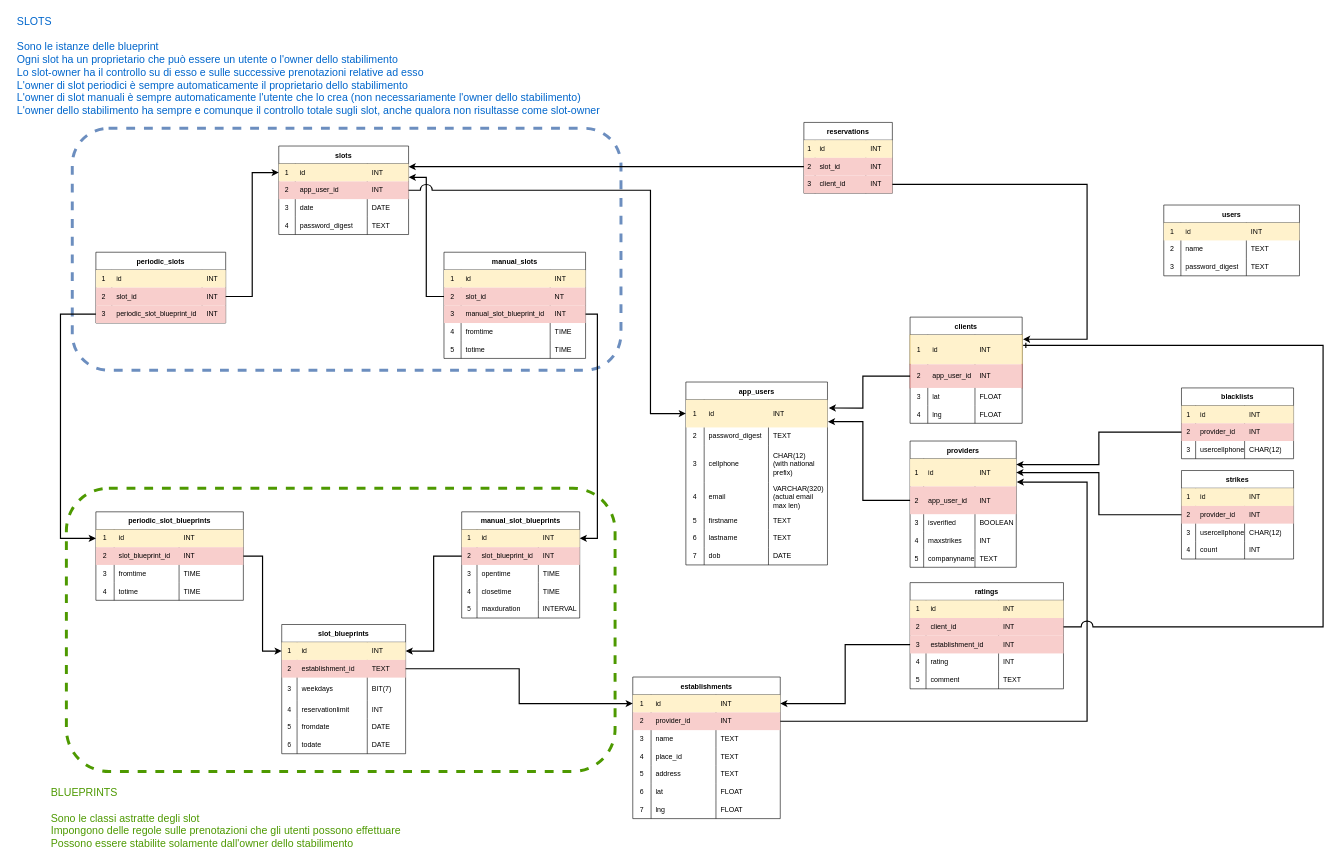
Above: Database/Docs/relazionale.drawio in Visco01/MyLocalBooking-IS2022 (draw.io), before the change. Source tidied: cells renumbered, new cells numbered last; positions are measured from the earlier drawing's top-left corner, leaving out a move shared by most shapes. Both pictures are drawn from the tidied source at 59%, with x=0, y=0 at pixel (10, 10).
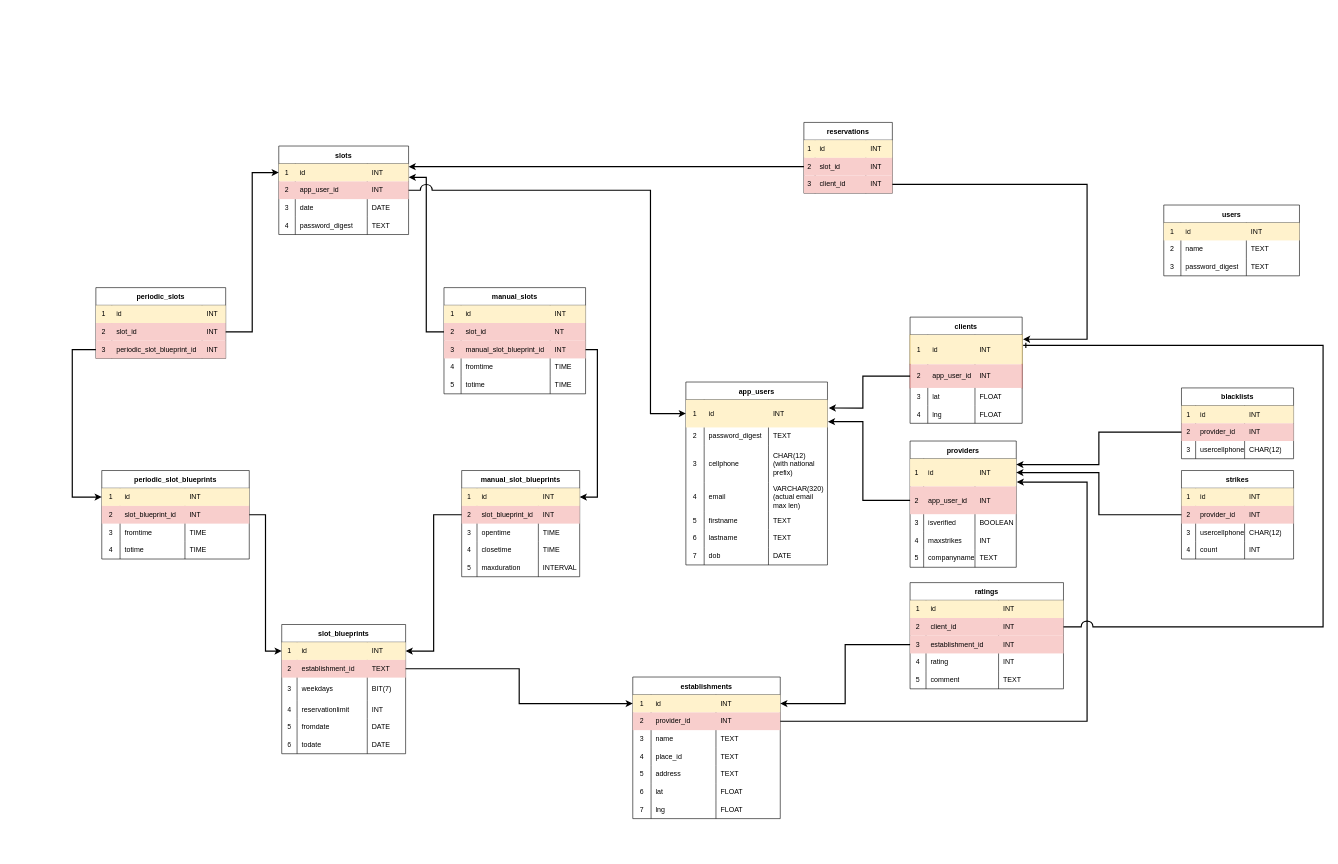
The same diagram, later.

Commit message (it also covers changes not shown here):
Removed comments from relational schema

Unchanged cells that the change refers to:
```xml
<mxCell id="13" style="shape=tableRow;horizontal=0;startSize=0;swimlaneHead=0;swimlaneBody=0;top=0;left=0;bottom=0;right=0;fillColor=#f8cecc;points=[[0,0.5],[1,0.5]];portConstraint=eastwest;strokeColor=#b85450;" parent="4" vertex="1">
  <mxGeometry y="90" width="220" height="30" as="geometry" />
</mxCell>
<mxCell id="26" style="shape=tableRow;horizontal=0;startSize=0;swimlaneHead=0;swimlaneBody=0;top=0;left=0;bottom=0;right=0;fillColor=#f8cecc;points=[[0,0.5],[1,0.5]];portConstraint=eastwest;strokeColor=#b85450;" parent="17" vertex="1">
  <mxGeometry y="90" width="240" height="30" as="geometry" />
</mxCell>
<mxCell id="166" style="shape=tableRow;horizontal=0;startSize=0;swimlaneHead=0;swimlaneBody=0;top=0;left=0;bottom=0;right=0;fillColor=#fff2cc;points=[[0,0.5],[1,0.5]];portConstraint=eastwest;strokeColor=#d6b656;" parent="165" vertex="1">
  <mxGeometry y="30" width="250" height="30" as="geometry" />
</mxCell>
<mxCell id="183" style="shape=tableRow;horizontal=0;startSize=0;swimlaneHead=0;swimlaneBody=0;top=0;left=0;bottom=0;right=0;fillColor=#fff2cc;points=[[0,0.5],[1,0.5]];portConstraint=eastwest;strokeColor=#d6b656;" parent="182" vertex="1">
  <mxGeometry y="30" width="200" height="30" as="geometry" />
</mxCell>
```

Diff of the diagram source:
```diff
@@
-    <mxCell id="2" style="rounded=1;whiteSpace=wrap;html=1;fillColor=none;strokeWidth=5;strokeColor=#6c8ebf;dashed=1;" parent="1" vertex="1">
-      <mxGeometry x="105" y="200" width="930" height="410" as="geometry" />
-    </mxCell>
-    <mxCell id="3" style="rounded=1;whiteSpace=wrap;html=1;fillColor=none;strokeWidth=5;strokeColor=#4D9900;dashed=1;" parent="1" vertex="1">
-      <mxGeometry x="95" y="810" width="930" height="480" as="geometry" />
-    </mxCell>
     <mxCell id="4" value="periodic_slots" style="shape=table;startSize=30;childLayout=tableLayout;rowLines=0;fontStyle=1;" parent="1" vertex="1">
-      <mxGeometry x="145" y="410" width="220" height="120" as="geometry" />
+      <mxGeometry x="145" y="470" width="220" height="120" as="geometry" />
     </mxCell>
@@
     <mxCell id="17" value="manual_slots" style="shape=table;startSize=30;childLayout=tableLayout;rowLines=0;fontStyle=1;" parent="1" vertex="1">
-      <mxGeometry x="735" y="410" width="240" height="180" as="geometry" />
+      <mxGeometry x="735" y="470" width="240" height="180" as="geometry" />
     </mxCell>
@@
     <mxCell id="165" value="periodic_slot_blueprints" style="shape=table;startSize=30;childLayout=tableLayout;rowLines=0;fontStyle=1;" parent="1" vertex="1">
-      <mxGeometry x="145" y="850" width="250" height="150" as="geometry" />
+      <mxGeometry x="155" y="780" width="250" height="150" as="geometry" />
     </mxCell>
@@
     <mxCell id="182" value="manual_slot_blueprints" style="shape=table;startSize=30;childLayout=tableLayout;rowLines=0;fontStyle=1;" parent="1" vertex="1">
-      <mxGeometry x="765" y="850" width="200" height="180" as="geometry" />
+      <mxGeometry x="765" y="780" width="200" height="180" as="geometry" />
     </mxCell>
@@
     <mxCell id="205" style="edgeStyle=orthogonalEdgeStyle;rounded=0;jettySize=auto;html=1;exitX=0;exitY=0.5;exitDx=0;exitDy=0;entryX=0;entryY=0.5;entryDx=0;entryDy=0;strokeWidth=2;" parent="1" edge="1" source="13" target="166">
       <mxGeometry relative="1" as="geometry">
         <Array as="points">
-          <mxPoint x="85" y="515" />
-          <mxPoint x="85" y="895" />
+          <mxPoint x="105" y="575" />
+          <mxPoint x="105" y="825" />
         </Array>
       </mxGeometry>
     </mxCell>
     <mxCell id="206" style="edgeStyle=orthogonalEdgeStyle;rounded=0;jettySize=auto;html=1;exitX=1;exitY=0.5;exitDx=0;exitDy=0;entryX=1;entryY=0.5;entryDx=0;entryDy=0;strokeWidth=2;" parent="1" edge="1" source="26" target="183">
       <mxGeometry relative="1" as="geometry">
         <Array as="points">
-          <mxPoint x="995" y="515" />
-          <mxPoint x="995" y="895" />
+          <mxPoint x="995" y="575" />
+          <mxPoint x="995" y="825" />
         </Array>
       </mxGeometry>
     </mxCell>
@@
-    <mxCell id="212" value="&lt;div style=&quot;text-align: left;&quot;&gt;&lt;span style=&quot;font-size: 18px; background-color: initial;&quot;&gt;&lt;font color=&quot;#4d9900&quot;&gt;BLUEPRINTS&lt;/font&gt;&lt;/span&gt;&lt;/div&gt;&lt;div style=&quot;text-align: left;&quot;&gt;&lt;span style=&quot;font-size: 18px; background-color: initial;&quot;&gt;&lt;font color=&quot;#4d9900&quot;&gt;&lt;br&gt;&lt;/font&gt;&lt;/span&gt;&lt;/div&gt;&lt;div style=&quot;text-align: left;&quot;&gt;&lt;span style=&quot;font-size: 18px; background-color: initial;&quot;&gt;&lt;font color=&quot;#4d9900&quot;&gt;Sono le classi astratte degli slot&lt;/font&gt;&lt;/span&gt;&lt;/div&gt;&lt;div style=&quot;text-align: left;&quot;&gt;&lt;span style=&quot;color: rgb(77, 153, 0); font-size: 18px;&quot;&gt;Impongono delle regole sulle prenotazioni che gli utenti possono effettuare&lt;/span&gt;&lt;span style=&quot;font-size: 18px; background-color: initial;&quot;&gt;&lt;font color=&quot;#4d9900&quot;&gt;&lt;br&gt;&lt;/font&gt;&lt;/span&gt;&lt;/div&gt;&lt;div style=&quot;text-align: left;&quot;&gt;&lt;span style=&quot;font-size: 18px; background-color: initial;&quot;&gt;&lt;font color=&quot;#4d9900&quot;&gt;Possono essere stabilite solamente dall'owner dello stabilimento&lt;/font&gt;&lt;/span&gt;&lt;/div&gt;" style="text;html=1;align=center;verticalAlign=middle;strokeColor=none;fillColor=none;" parent="1" vertex="1">
-      <mxGeometry x="55" y="1310" width="620" height="120" as="geometry" />
-    </mxCell>
-    <mxCell id="213" value="&lt;div style=&quot;text-align: left;&quot;&gt;&lt;font color=&quot;#0066cc&quot;&gt;&lt;span style=&quot;font-size: 18px;&quot;&gt;SLOTS&lt;/span&gt;&lt;/font&gt;&lt;/div&gt;&lt;div style=&quot;text-align: left;&quot;&gt;&lt;font color=&quot;#0066cc&quot;&gt;&lt;span style=&quot;font-size: 18px;&quot;&gt;&lt;br&gt;&lt;/span&gt;&lt;/font&gt;&lt;/div&gt;&lt;div style=&quot;text-align: left;&quot;&gt;&lt;font color=&quot;#0066cc&quot;&gt;&lt;span style=&quot;font-size: 18px;&quot;&gt;Sono le istanze delle blueprint&lt;/span&gt;&lt;/font&gt;&lt;/div&gt;&lt;div style=&quot;text-align: left;&quot;&gt;&lt;font color=&quot;#0066cc&quot;&gt;&lt;span style=&quot;font-size: 18px;&quot;&gt;Ogni slot ha un proprietario che può essere un utente o l'owner dello stabilimento&lt;/span&gt;&lt;/font&gt;&lt;/div&gt;&lt;div style=&quot;text-align: left;&quot;&gt;&lt;font color=&quot;#0066cc&quot;&gt;&lt;span style=&quot;font-size: 18px;&quot;&gt;Lo slot-owner ha il controllo su di esso e sulle successive prenotazioni relative ad esso&lt;/span&gt;&lt;/font&gt;&lt;/div&gt;&lt;div style=&quot;text-align: left;&quot;&gt;&lt;font color=&quot;#0066cc&quot;&gt;&lt;span style=&quot;font-size: 18px;&quot;&gt;L'owner di slot periodici è sempre automaticamente il proprietario dello stabilimento&lt;/span&gt;&lt;/font&gt;&lt;/div&gt;&lt;div style=&quot;text-align: left;&quot;&gt;&lt;font color=&quot;#0066cc&quot;&gt;&lt;span style=&quot;font-size: 18px;&quot;&gt;L'owner di slot manuali è sempre automaticamente l'utente che lo crea (non necessariamente l'owner dello stabilimento)&lt;/span&gt;&lt;/font&gt;&lt;/div&gt;&lt;div style=&quot;text-align: left;&quot;&gt;&lt;font color=&quot;#0066cc&quot;&gt;&lt;span style=&quot;font-size: 18px;&quot;&gt;L'owner dello stabilimento ha sempre e comunque il controllo totale sugli slot, anche qualora non risultasse come slot-owner&lt;/span&gt;&lt;/font&gt;&lt;/div&gt;" style="text;html=1;align=center;verticalAlign=middle;strokeColor=none;fillColor=none;" parent="1" vertex="1">
-      <mxGeometry width="1010" height="190" as="geometry" />
-    </mxCell>
```
